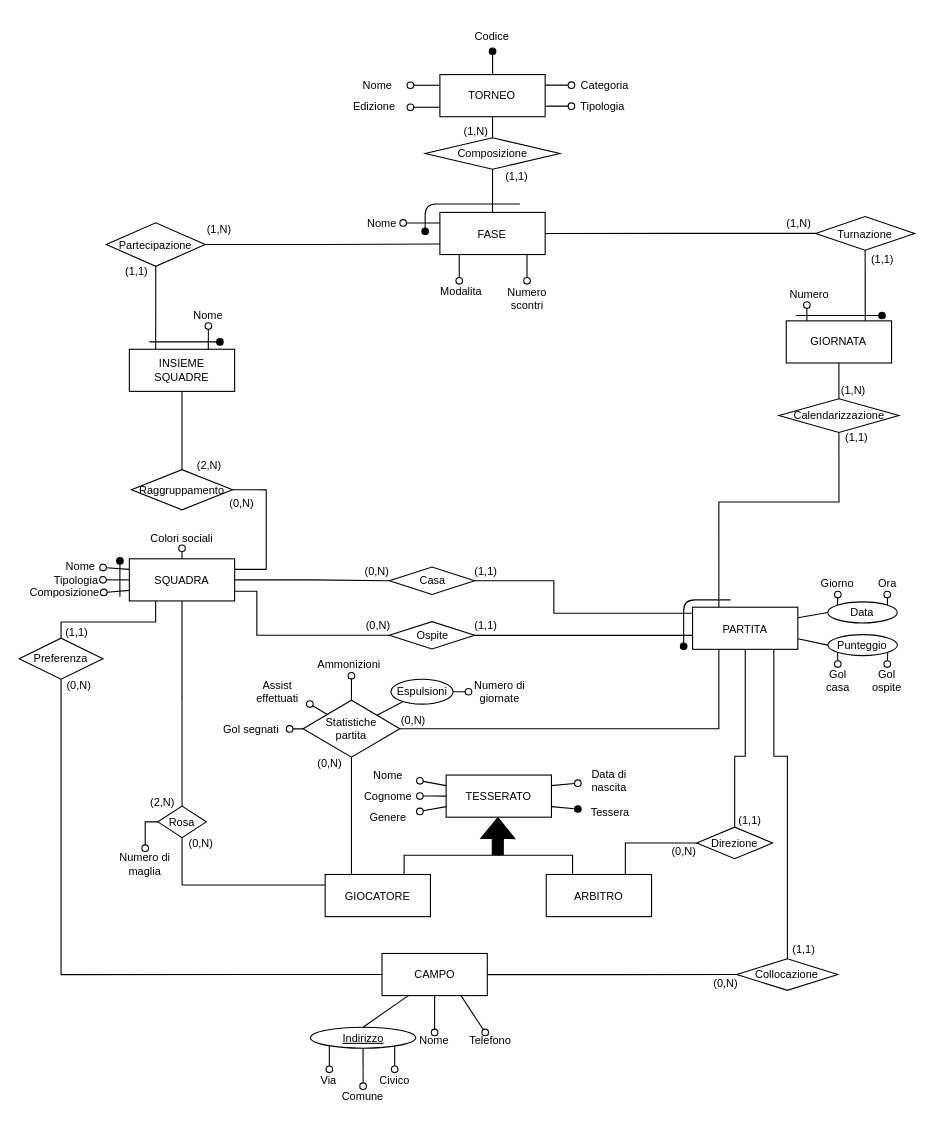
Earlier version of the draw.io diagram page "ER" (1 of 4) of bdsi-prog-2023.drawio (dichohnf/bdsi_2022-23). Source tidied: cells renumbered, new cells numbered last; positions are measured from the earlier drawing's top-left corner, leaving out a move shared by most shapes. Both pictures are drawn from the tidied source at 110%, with x=0, y=0 at pixel (19, 19).
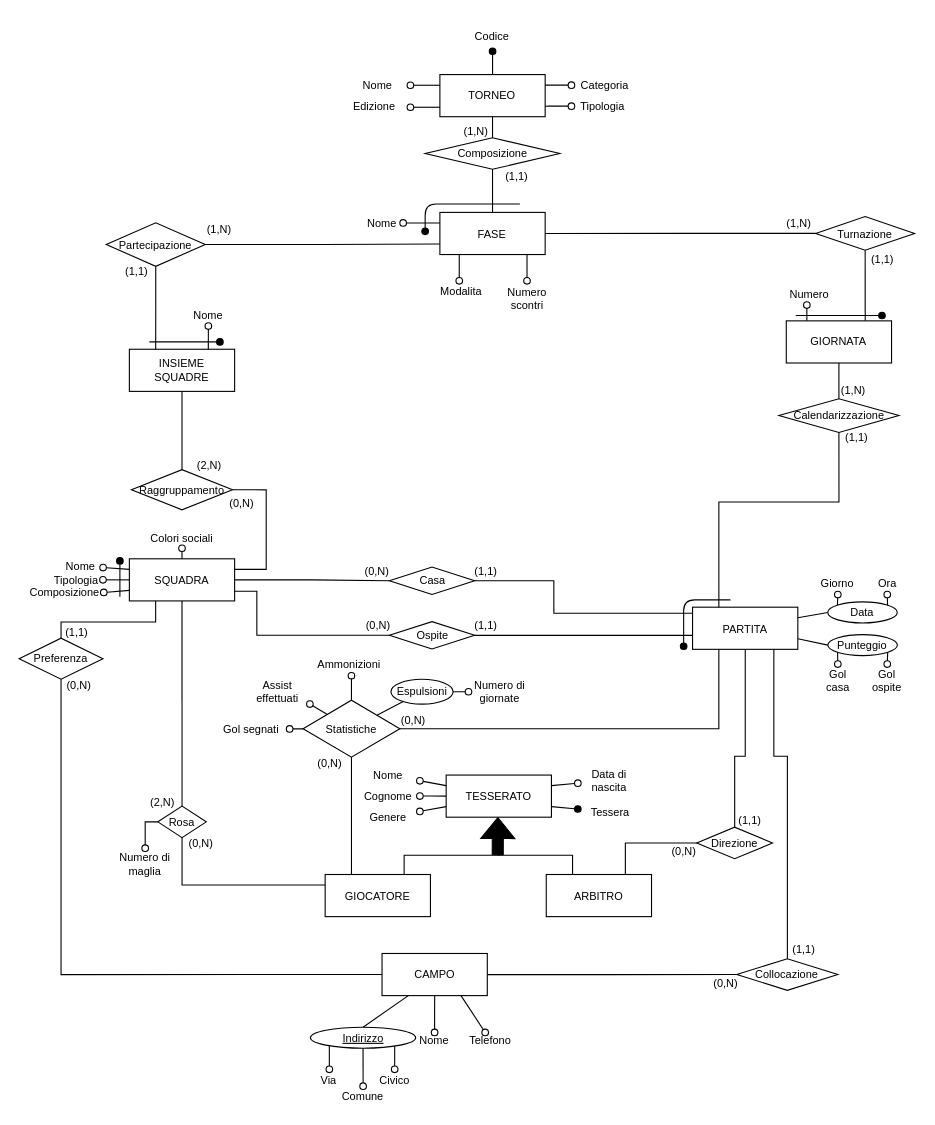
The same page after the edit.

Unchanged cells that the change refers to:
```xml
<mxCell id="93" style="group;fontSize=10;" parent="1" vertex="1">
  <mxGeometry x="258" y="606.2" width="88" height="70.8" as="geometry" />
</mxCell>
```

Diff of the diagram source:
```diff
@@
-    <mxCell id="94" value="Statistiche&lt;br&gt;partita" style="shape=rhombus;perimeter=rhombusPerimeter;whiteSpace=wrap;html=1;align=center;rotation=0;direction=south;rounded=0;fontSize=10;" parent="93" vertex="1">
+    <mxCell id="94" value="Statistiche" style="shape=rhombus;perimeter=rhombusPerimeter;whiteSpace=wrap;html=1;align=center;rotation=0;direction=south;rounded=0;fontSize=10;" parent="93" vertex="1">
       <mxGeometry y="12.9" width="88" height="51.7" as="geometry" />
     </mxCell>
```
